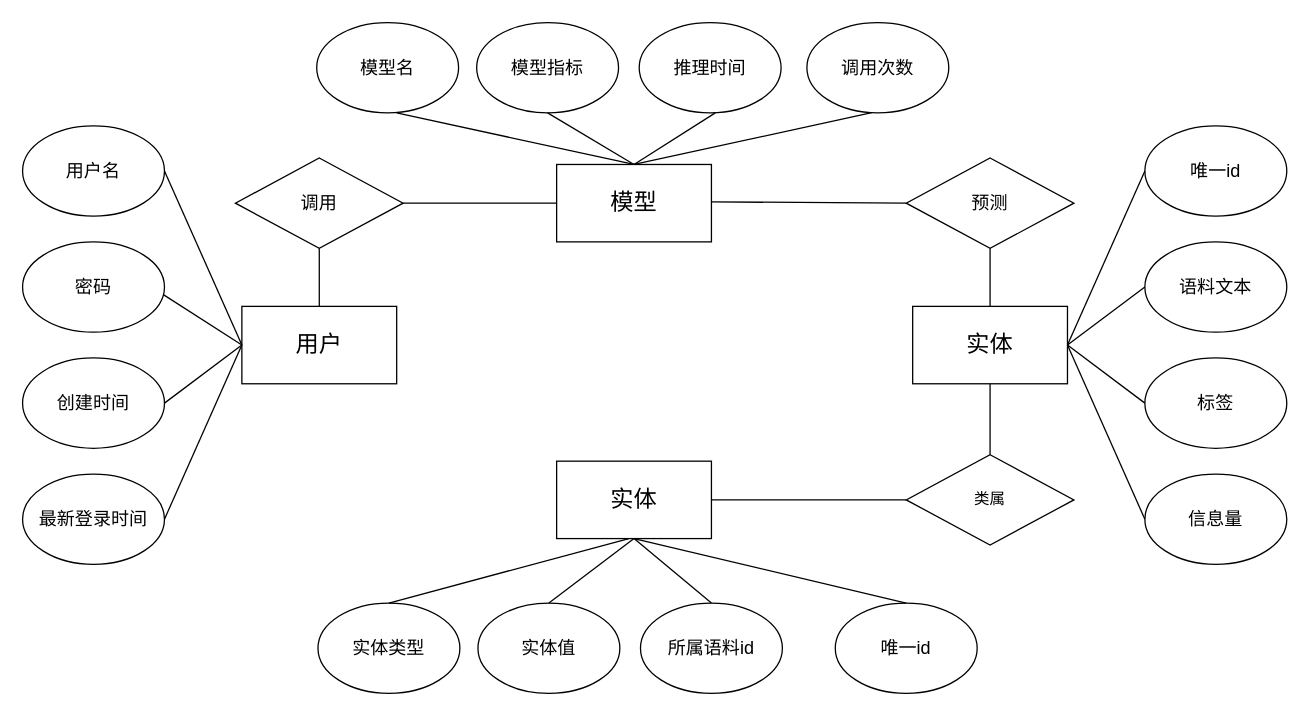
Earlier version of the draw.io diagram thesis-ch5-er.drawio (zhanghaok/diagram). Source tidied: cells renumbered, new cells numbered last; positions are measured from the earlier drawing's top-left corner, leaving out a move shared by most shapes. Both pictures are drawn from the tidied source at 129%, with x=0, y=0 at pixel (22, 22).
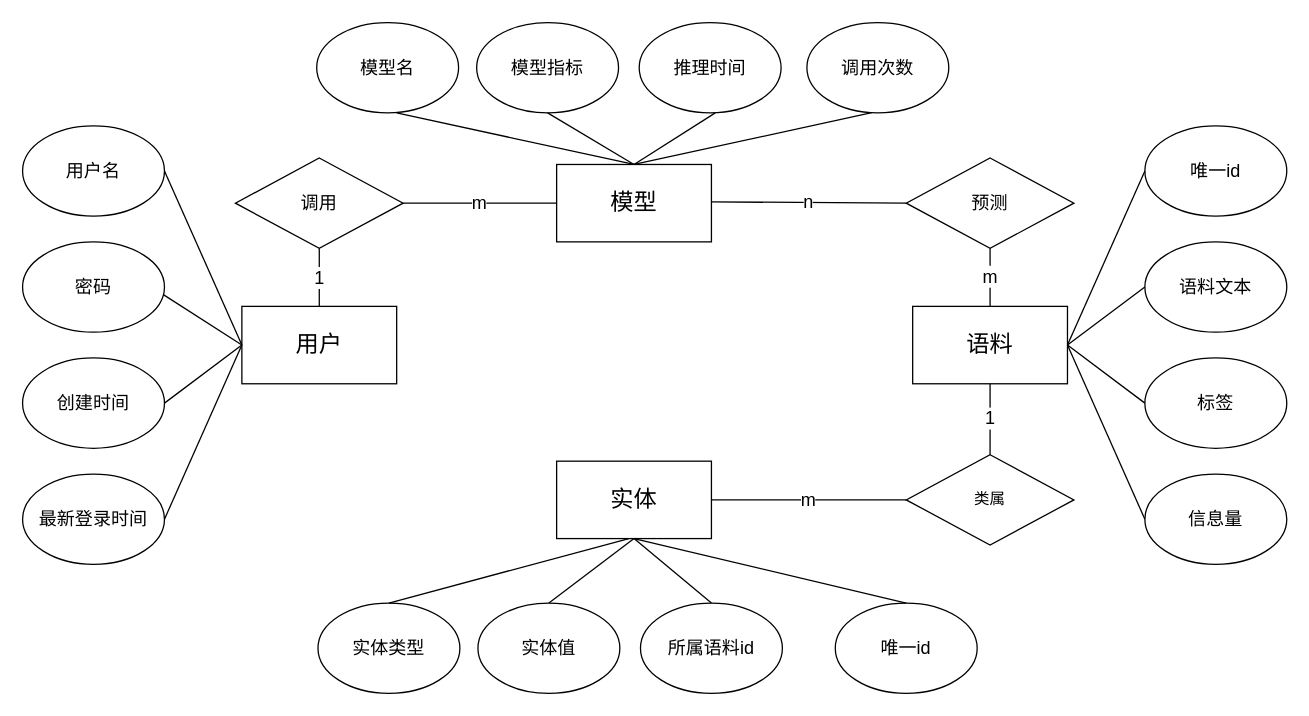
Above is the later version.

Unchanged cells that the change refers to:
```xml
<mxCell id="2" value="&lt;font style=&quot;font-size: 18px;&quot; face=&quot;宋体&quot;&gt;模型&lt;/font&gt;" style="rounded=0;whiteSpace=wrap;html=1;" parent="1" vertex="1">
  <mxGeometry x="414" y="110" width="120" height="60" as="geometry" />
</mxCell>
<mxCell id="3" value="&lt;font style=&quot;font-size: 18px;&quot; face=&quot;宋体&quot;&gt;用户&lt;/font&gt;" style="rounded=0;whiteSpace=wrap;html=1;" parent="1" vertex="1">
  <mxGeometry x="170" y="220" width="120" height="60" as="geometry" />
</mxCell>
<mxCell id="4" value="&lt;font style=&quot;font-size: 18px;&quot; face=&quot;宋体&quot;&gt;实体&lt;/font&gt;" style="rounded=0;whiteSpace=wrap;html=1;" parent="1" vertex="1">
  <mxGeometry x="414" y="340" width="120" height="60" as="geometry" />
</mxCell>
<mxCell id="22" value="&lt;font face=&quot;宋体&quot; style=&quot;font-size: 14px;&quot;&gt;调用&lt;/font&gt;" style="rhombus;whiteSpace=wrap;html=1;" parent="1" vertex="1">
  <mxGeometry x="165" y="105" width="130" height="70" as="geometry" />
</mxCell>
<mxCell id="23" value="&lt;font style=&quot;font-size: 14px;&quot; face=&quot;宋体&quot;&gt;预测&lt;/font&gt;" style="rhombus;whiteSpace=wrap;html=1;" parent="1" vertex="1">
  <mxGeometry x="685" y="105" width="130" height="70" as="geometry" />
</mxCell>
<mxCell id="24" value="&lt;font face=&quot;宋体&quot;&gt;类属&lt;/font&gt;" style="rhombus;whiteSpace=wrap;html=1;" parent="1" vertex="1">
  <mxGeometry x="685" y="335" width="130" height="70" as="geometry" />
</mxCell>
```

What changed in the source:
```diff
@@
-    <mxCell id="5" value="&lt;font style=&quot;font-size: 18px;&quot; face=&quot;宋体&quot;&gt;实体&lt;/font&gt;" style="rounded=0;whiteSpace=wrap;html=1;" parent="1" vertex="1">
+    <mxCell id="5" value="&lt;font style=&quot;font-size: 18px;&quot; face=&quot;宋体&quot;&gt;语料&lt;/font&gt;" style="rounded=0;whiteSpace=wrap;html=1;" parent="1" vertex="1">
       <mxGeometry x="690" y="220" width="120" height="60" as="geometry" />
     </mxCell>
@@
-    <mxCell id="41" style="endArrow=none;html=1;rounded=0;entryX=0.5;entryY=0;entryDx=0;entryDy=0;exitX=0.5;exitY=1;exitDx=0;exitDy=0;" parent="1" edge="1" source="22" target="3">
+    <mxCell id="41" value="1" style="endArrow=none;html=1;rounded=0;entryX=0.5;entryY=0;entryDx=0;entryDy=0;exitX=0.5;exitY=1;exitDx=0;exitDy=0;fontSize=14;" parent="1" edge="1" source="22" target="3">
       <mxGeometry relative="1" as="geometry" />
     </mxCell>
-    <mxCell id="42" style="endArrow=none;html=1;rounded=0;entryX=1;entryY=0.5;entryDx=0;entryDy=0;exitX=0;exitY=0.5;exitDx=0;exitDy=0;" parent="1" edge="1" source="2" target="22">
+    <mxCell id="42" value="m" style="endArrow=none;html=1;rounded=0;entryX=1;entryY=0.5;entryDx=0;entryDy=0;exitX=0;exitY=0.5;exitDx=0;exitDy=0;fontSize=14;" parent="1" edge="1" source="2" target="22">
       <mxGeometry relative="1" as="geometry" />
     </mxCell>
-    <mxCell id="43" style="endArrow=none;html=1;rounded=0;entryX=1;entryY=0.5;entryDx=0;entryDy=0;exitX=0;exitY=0.5;exitDx=0;exitDy=0;" parent="1" edge="1" source="23">
+    <mxCell id="43" value="n" style="endArrow=none;html=1;rounded=0;entryX=1;entryY=0.5;entryDx=0;entryDy=0;exitX=0;exitY=0.5;exitDx=0;exitDy=0;fontSize=14;" parent="1" edge="1" source="23">
       <mxGeometry relative="1" as="geometry">
         <mxPoint x="534" y="139" as="targetPoint" />
       </mxGeometry>
     </mxCell>
-    <mxCell id="44" style="endArrow=none;html=1;rounded=0;exitX=0.5;exitY=0;exitDx=0;exitDy=0;" parent="1" edge="1" source="5" target="23">
+    <mxCell id="44" value="m" style="endArrow=none;html=1;rounded=0;exitX=0.5;exitY=0;exitDx=0;exitDy=0;fontSize=14;" parent="1" edge="1" source="5" target="23">
       <mxGeometry relative="1" as="geometry" />
     </mxCell>
-    <mxCell id="45" style="endArrow=none;html=1;rounded=0;entryX=0.5;entryY=1;entryDx=0;entryDy=0;" parent="1" edge="1" source="24" target="5">
+    <mxCell id="45" value="1" style="endArrow=none;html=1;rounded=0;entryX=0.5;entryY=1;entryDx=0;entryDy=0;fontSize=14;" parent="1" edge="1" source="24" target="5">
       <mxGeometry relative="1" as="geometry" />
     </mxCell>
-    <mxCell id="46" style="endArrow=none;html=1;rounded=0;entryX=1;entryY=0.5;entryDx=0;entryDy=0;exitX=0;exitY=0.5;exitDx=0;exitDy=0;" parent="1" edge="1" source="24" target="4">
+    <mxCell id="46" value="m" style="endArrow=none;html=1;rounded=0;entryX=1;entryY=0.5;entryDx=0;entryDy=0;exitX=0;exitY=0.5;exitDx=0;exitDy=0;fontSize=14;" parent="1" edge="1" source="24" target="4">
       <mxGeometry relative="1" as="geometry" />
     </mxCell>
```
